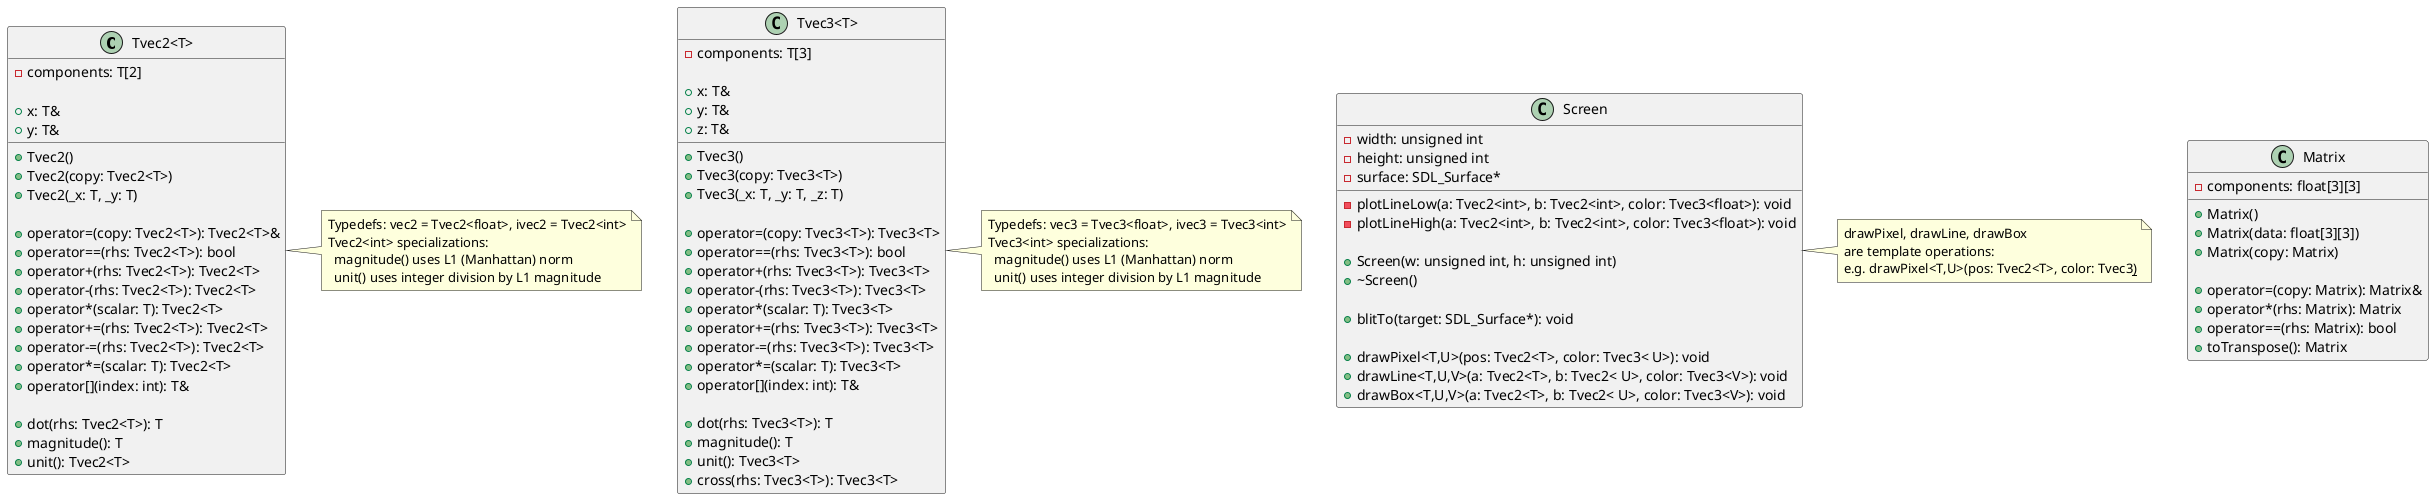
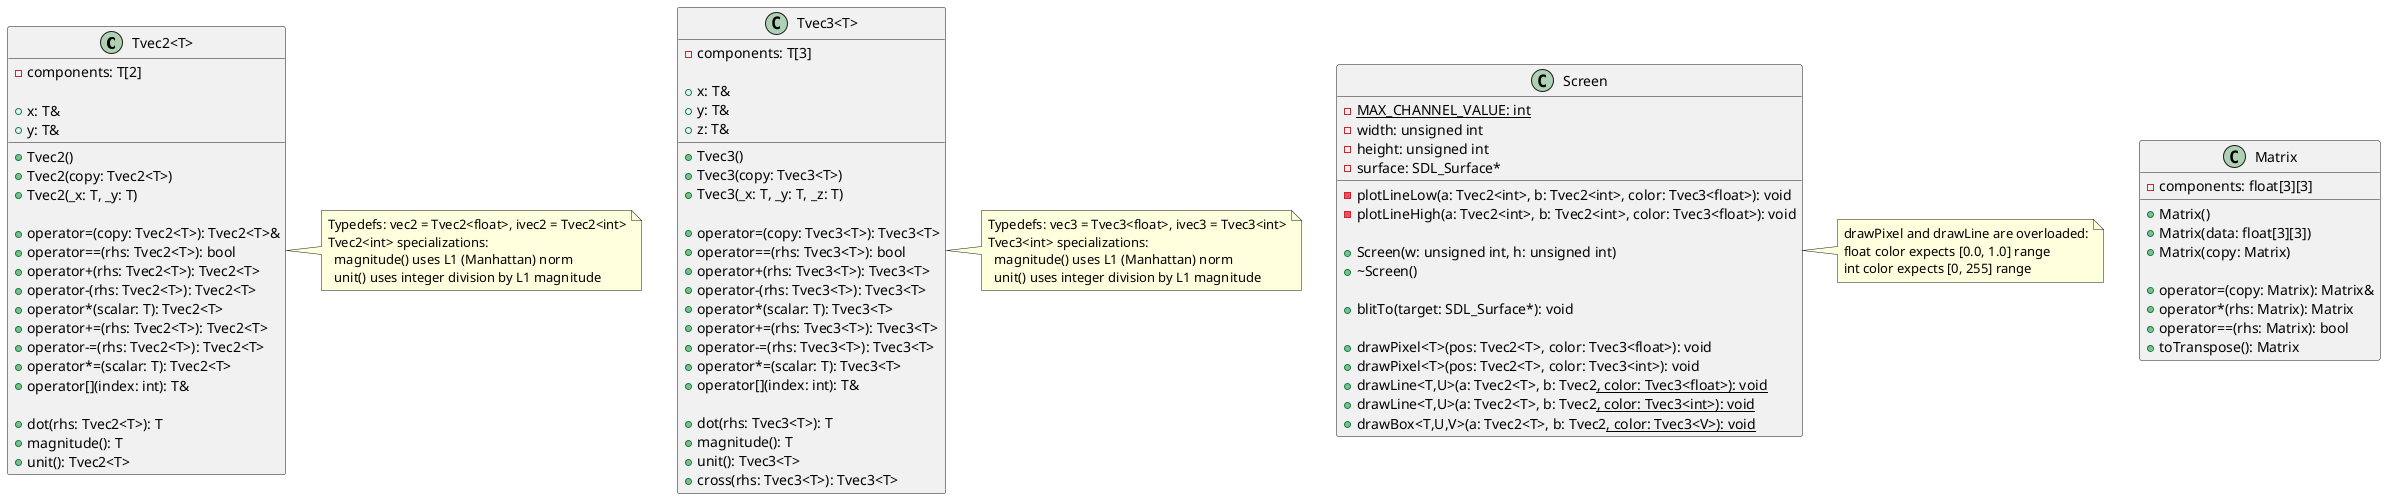
@startuml

class "Tvec2<T>" {
    -components: T[2]

    +x: T&
    +y: T&

    +Tvec2()
    +Tvec2(copy: Tvec2<T>)
    +Tvec2(_x: T, _y: T)

    +operator=(copy: Tvec2<T>): Tvec2<T>&
    +operator==(rhs: Tvec2<T>): bool
    +operator+(rhs: Tvec2<T>): Tvec2<T>
    +operator-(rhs: Tvec2<T>): Tvec2<T>
    +operator*(scalar: T): Tvec2<T>
    +operator+=(rhs: Tvec2<T>): Tvec2<T>
    +operator-=(rhs: Tvec2<T>): Tvec2<T>
    +operator*=(scalar: T): Tvec2<T>
    +operator[](index: int): T&

    +dot(rhs: Tvec2<T>): T
    +magnitude(): T
    +unit(): Tvec2<T>
}

note right of "Tvec2<T>"
  Typedefs: vec2 = Tvec2<float>, ivec2 = Tvec2<int>
  Tvec2<int> specializations:
    magnitude() uses L1 (Manhattan) norm
    unit() uses integer division by L1 magnitude
end note

class "Tvec3<T>" {
    -components: T[3]

    +x: T&
    +y: T&
    +z: T&

    +Tvec3()
    +Tvec3(copy: Tvec3<T>)
    +Tvec3(_x: T, _y: T, _z: T)

    +operator=(copy: Tvec3<T>): Tvec3<T>
    +operator==(rhs: Tvec3<T>): bool
    +operator+(rhs: Tvec3<T>): Tvec3<T>
    +operator-(rhs: Tvec3<T>): Tvec3<T>
    +operator*(scalar: T): Tvec3<T>
    +operator+=(rhs: Tvec3<T>): Tvec3<T>
    +operator-=(rhs: Tvec3<T>): Tvec3<T>
    +operator*=(scalar: T): Tvec3<T>
    +operator[](index: int): T&

    +dot(rhs: Tvec3<T>): T
    +magnitude(): T
    +unit(): Tvec3<T>
    +cross(rhs: Tvec3<T>): Tvec3<T>
}

note right of "Tvec3<T>"
  Typedefs: vec3 = Tvec3<float>, ivec3 = Tvec3<int>
  Tvec3<int> specializations:
    magnitude() uses L1 (Manhattan) norm
    unit() uses integer division by L1 magnitude
end note

class Screen {
+     -{static} MAX_CHANNEL_VALUE: int
    -width: unsigned int
    -height: unsigned int
    -surface: SDL_Surface*

    -plotLineLow(a: Tvec2<int>, b: Tvec2<int>, color: Tvec3<float>): void
    -plotLineHigh(a: Tvec2<int>, b: Tvec2<int>, color: Tvec3<float>): void

    +Screen(w: unsigned int, h: unsigned int)
    +\~Screen()

    +blitTo(target: SDL_Surface*): void

-     ' Template operations (UML style)
-     +drawPixel<T,U>(pos: Tvec2<T>, color: Tvec3< U>): void
-     +drawLine<T,U,V>(a: Tvec2<T>, b: Tvec2< U>, color: Tvec3<V>): void
-     +drawBox<T,U,V>(a: Tvec2<T>, b: Tvec2< U>, color: Tvec3<V>): void
+     +drawPixel<T>(pos: Tvec2<T>, color: Tvec3<float>): void
+     +drawPixel<T>(pos: Tvec2<T>, color: Tvec3<int>): void
+     +drawLine<T,U>(a: Tvec2<T>, b: Tvec2<U>, color: Tvec3<float>): void
+     +drawLine<T,U>(a: Tvec2<T>, b: Tvec2<U>, color: Tvec3<int>): void
+     +drawBox<T,U,V>(a: Tvec2<T>, b: Tvec2<U>, color: Tvec3<V>): void
}

note right of Screen
-   drawPixel, drawLine, drawBox
-   are template operations:
-   e.g. drawPixel<T,U>(pos: Tvec2<T>, color: Tvec3<U>)
+   drawPixel and drawLine are overloaded:
+   float color expects [0.0, 1.0] range
+   int color expects [0, 255] range
end note

class Matrix{
    -components: float[3][3]

    +Matrix()
    +Matrix(data: float[3][3])
    +Matrix(copy: Matrix)

    +operator=(copy: Matrix): Matrix&
    +operator*(rhs: Matrix): Matrix
    +operator==(rhs: Matrix): bool
    +toTranspose(): Matrix


}
@enduml
